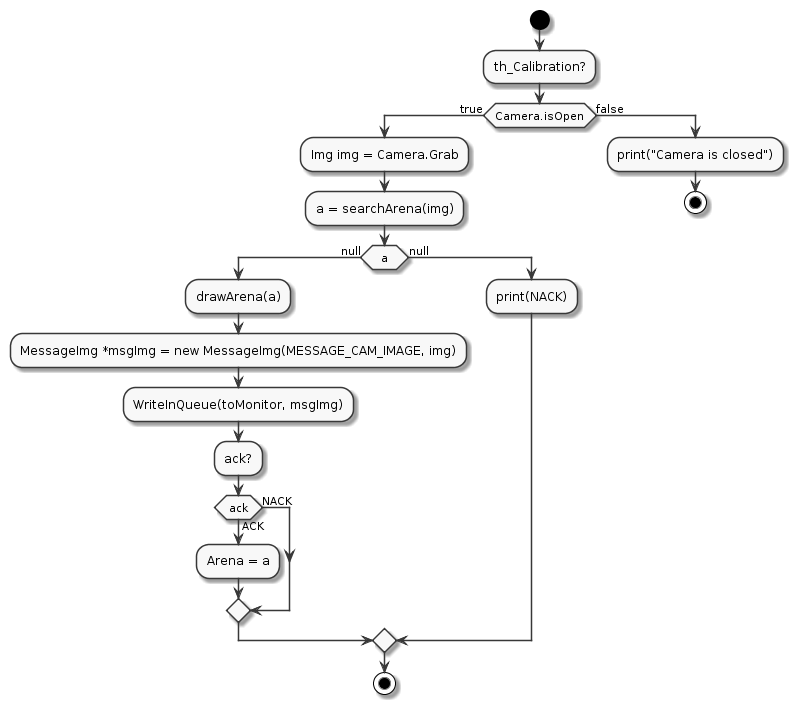
The PlantUML diagram doc/camera/th_Calibration.png in MaxenceHanin/dumber, before a commit.
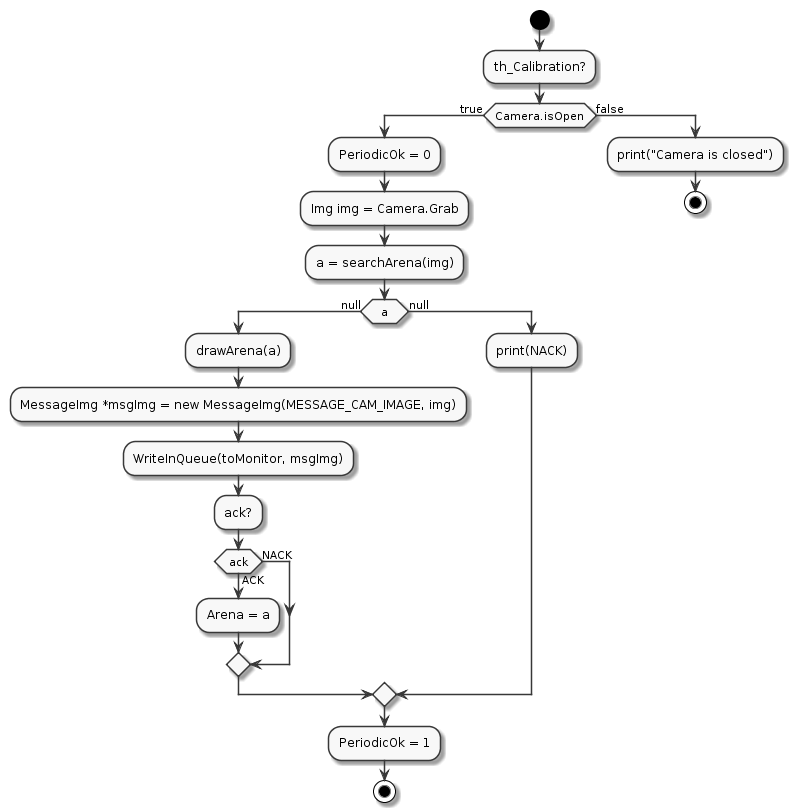
The same diagram one commit later.

Change to the diagram source:
```diff
@@ -5,6 +5,9 @@
 :th_Calibration?;
 
 if (Camera.isOpen) then (true)
+
+:PeriodicOk = 0;
+
 :Img img = Camera.Grab;
 
 :a = searchArena(img);
@@ -25,11 +28,14 @@
 :print(NACK);
 
 endif;
+:PeriodicOk = 1;
 stop
 
 else (false)
 :print("Camera is closed");
 stop
 
+
+
 endif
 @enduml
```
